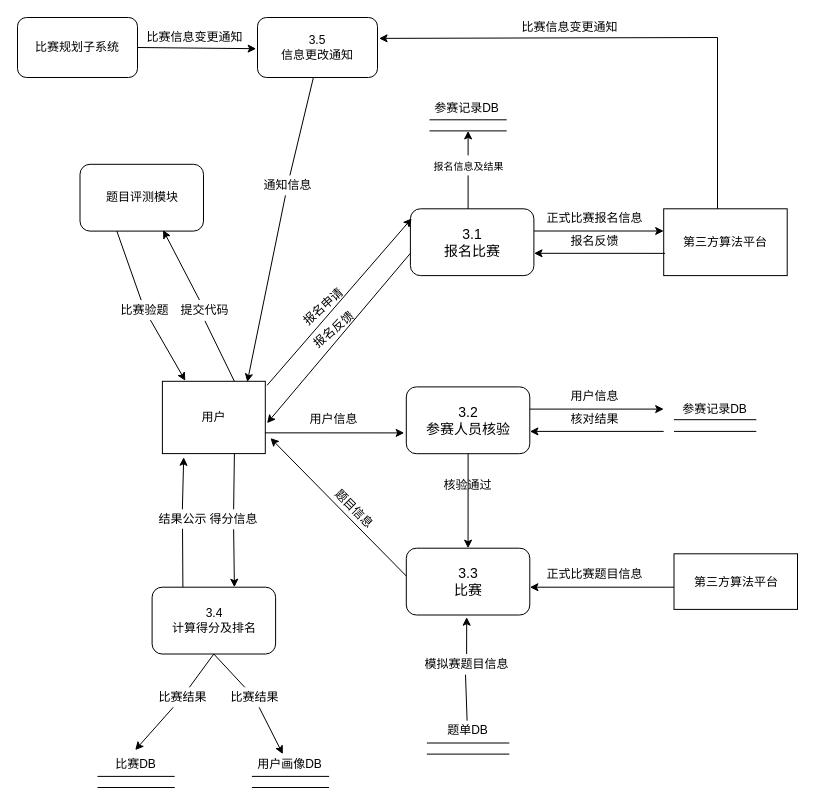
Above: 分析文档/2.1比赛信息.drawio in 12MegaA21/CodeCode (draw.io), before the change. Source tidied: cells renumbered, new cells numbered last; positions are measured from the earlier drawing's top-left corner, leaving out a move shared by most shapes. Both pictures are drawn from the tidied source at 100%, with x=0, y=0 at pixel (17, 17).
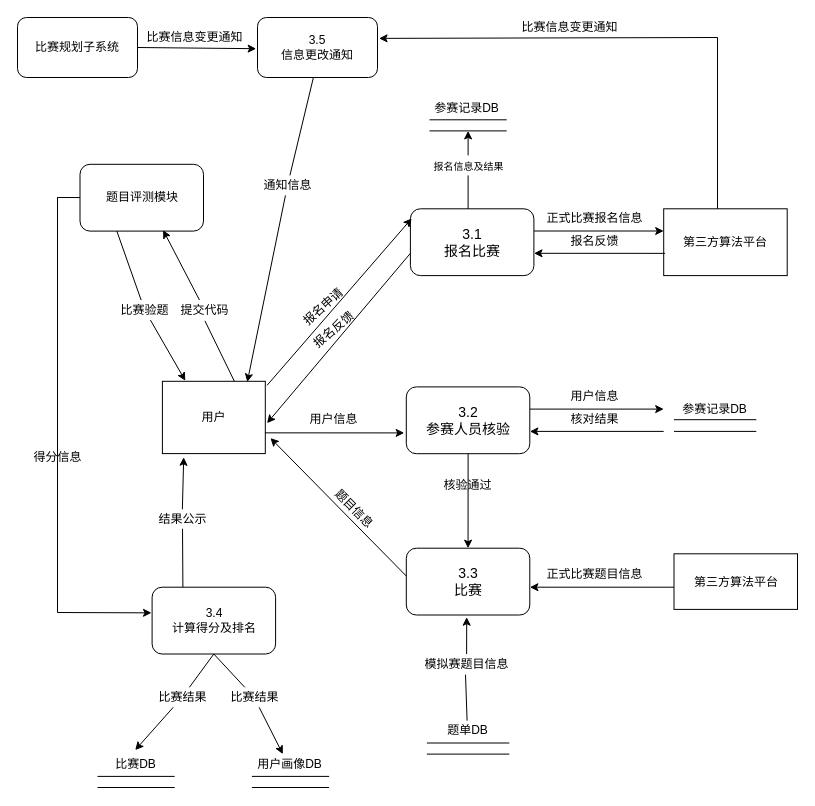
The same page after the edit.

Unchanged cells that the change refers to:
```xml
<mxCell id="3" value="题目评测模块" style="rounded=1;whiteSpace=wrap;html=1;fontSize=12;" parent="1" vertex="1">
  <mxGeometry x="62.5" y="146.8" width="123.5" height="66.8" as="geometry" />
</mxCell>
<mxCell id="10" value="3.4&lt;br&gt;计算得分及排名" style="rounded=1;whiteSpace=wrap;html=1;" parent="1" vertex="1">
  <mxGeometry x="134.6" y="569.7" width="123.5" height="66.8" as="geometry" />
</mxCell>
```

The edit, as a diff of the source:
```diff
@@
-    <mxCell id="7" style="endArrow=classic;html=1;rounded=0;startArrow=none;" parent="1" edge="1" source="8">
-      <mxGeometry relative="1" as="geometry">
-        <mxPoint x="216.9" y="569.7" as="targetPoint" />
-      </mxGeometry>
-    </mxCell>
-    <mxCell id="8" value="得分信息" style="text;html=1;align=center;verticalAlign=middle;points=[];fillColor=none;strokeColor=none;rounded=0;" parent="1" vertex="1">
-      <mxGeometry x="186" y="491.8" width="60" height="20" as="geometry" />
-    </mxCell>
-    <mxCell id="9" style="endArrow=none;html=1;rounded=0;" parent="1" edge="1" target="8">
-      <mxGeometry relative="1" as="geometry">
-        <mxPoint x="216.9" y="436.1" as="sourcePoint" />
-      </mxGeometry>
-    </mxCell>
@@
+    <mxCell id="80" style="endArrow=classic;html=1;rounded=0;entryX=-0.005;entryY=0.384;entryDx=0;entryDy=0;entryPerimeter=0;startArrow=none;" parent="1" edge="1" source="8" target="10">
+      <mxGeometry relative="1" as="geometry">
+        <Array as="points">
+          <mxPoint x="40" y="180" />
+          <mxPoint x="40" y="595" />
+        </Array>
+      </mxGeometry>
+    </mxCell>
+    <mxCell id="8" value="得分信息" style="text;html=1;align=center;verticalAlign=middle;points=[];fillColor=none;strokeColor=none;rounded=0;" parent="1" vertex="1">
+      <mxGeometry x="10" y="430" width="60" height="20" as="geometry" />
+    </mxCell>
+    <mxCell id="81" style="endArrow=none;html=1;rounded=0;" parent="1" edge="1" source="3">
+      <mxGeometry relative="1" as="geometry">
+        <mxPoint x="40" y="180" as="targetPoint" />
+      </mxGeometry>
+    </mxCell>
```
